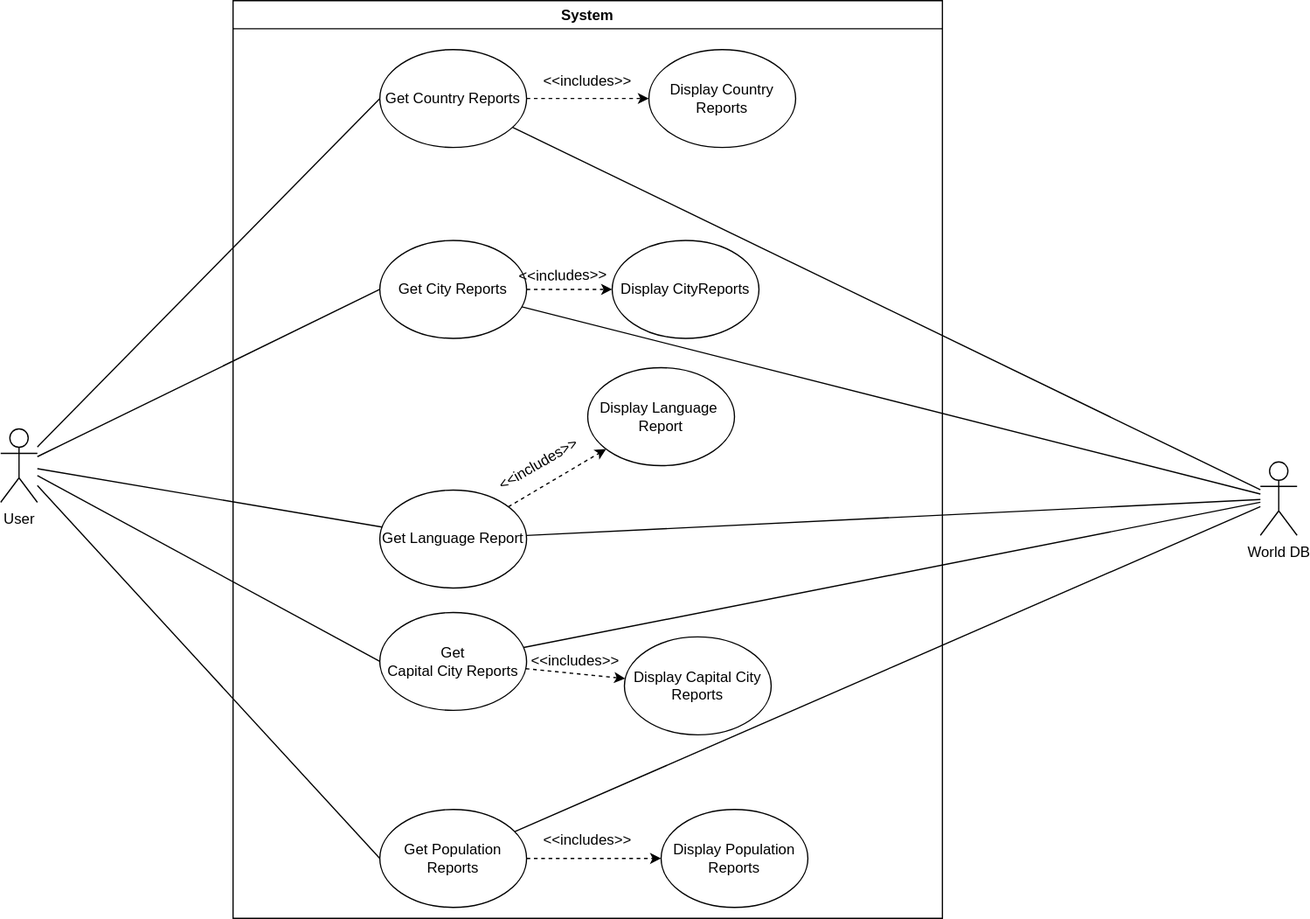
Earlier version of the draw.io export Documents/use-cases/Use Case Diagram.svg (Karl-40443517/coursework). Source tidied: cells renumbered, new cells last; positions are measured from the earlier drawing's top-left corner, leaving out a move shared by most shapes.
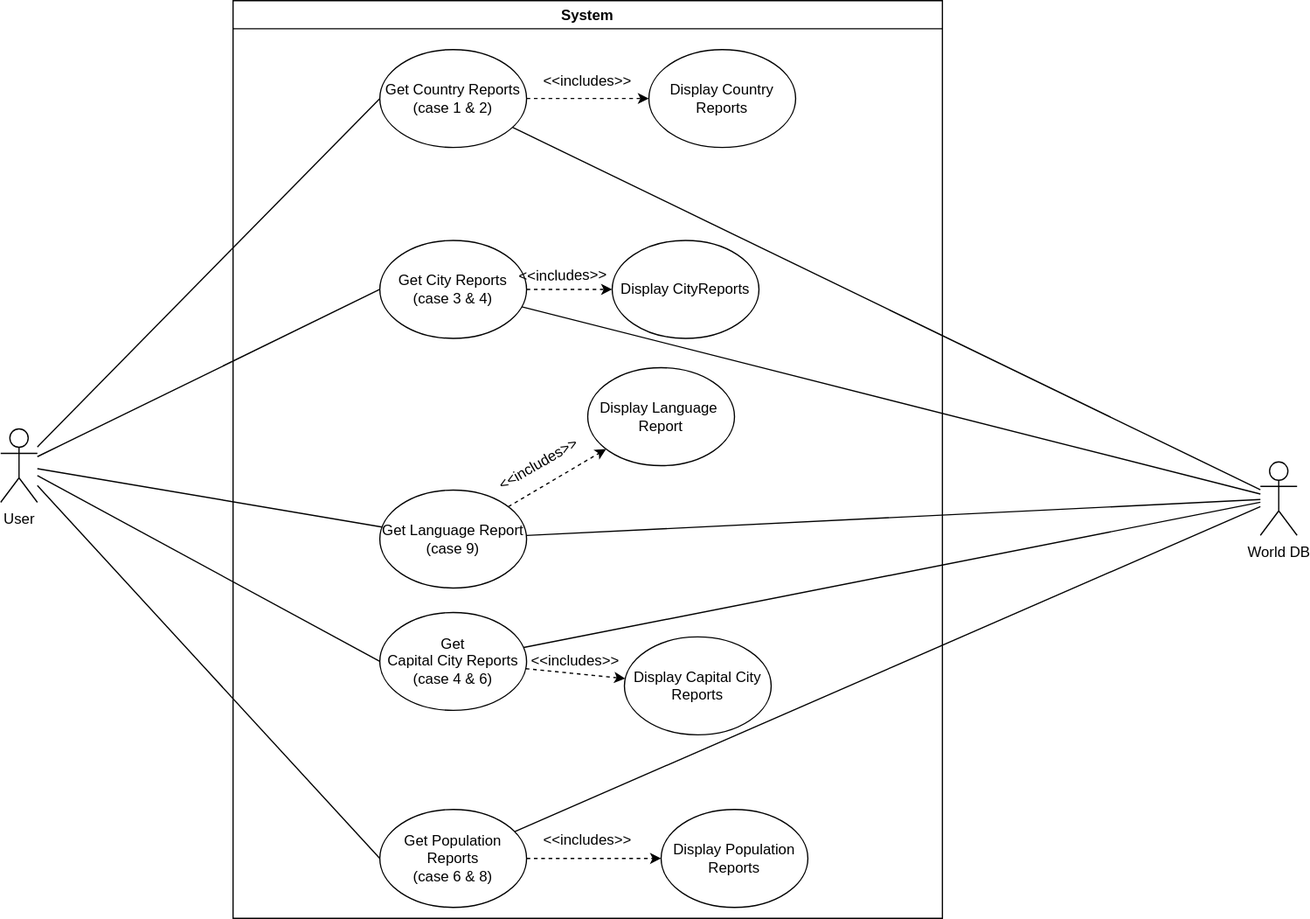
Later version of the same file.

Commit message:
Updated the use cases and diagram

The edit, as a diff of the source:
```diff
@@ -5,16 +5,16 @@
     <mxCell id="2" value="System" style="swimlane;" parent="1" vertex="1">
       <mxGeometry x="190" width="580" height="750" as="geometry" />
     </mxCell>
-    <mxCell id="3" value="Get&amp;nbsp;Country Reports" style="ellipse;whiteSpace=wrap;html=1;" parent="2" vertex="1">
+    <mxCell id="3" value="Get&amp;nbsp;Country Reports&lt;br&gt;(case 1 &amp;amp; 2)" style="ellipse;whiteSpace=wrap;html=1;" parent="2" vertex="1">
       <mxGeometry x="120" y="40" width="120" height="80" as="geometry" />
     </mxCell>
-    <mxCell id="4" value="Get&amp;nbsp;City Reports" style="ellipse;whiteSpace=wrap;html=1;" parent="2" vertex="1">
+    <mxCell id="4" value="Get&amp;nbsp;City Reports&lt;br&gt;(case 3 &amp;amp; 4)" style="ellipse;whiteSpace=wrap;html=1;" parent="2" vertex="1">
       <mxGeometry x="120" y="196" width="120" height="80" as="geometry" />
     </mxCell>
-    <mxCell id="5" value="&amp;nbsp;Get&amp;nbsp;&lt;br&gt;Capital City Reports" style="ellipse;whiteSpace=wrap;html=1;" parent="2" vertex="1">
+    <mxCell id="5" value="&amp;nbsp;Get&amp;nbsp;&lt;br&gt;Capital City Reports&lt;br&gt;(case 4 &amp;amp; 6)" style="ellipse;whiteSpace=wrap;html=1;" parent="2" vertex="1">
       <mxGeometry x="120" y="500" width="120" height="80" as="geometry" />
     </mxCell>
-    <mxCell id="6" value="Get Population Reports" style="ellipse;whiteSpace=wrap;html=1;" parent="2" vertex="1">
+    <mxCell id="6" value="Get Population Reports&lt;br&gt;(case 6 &amp;amp; 8)" style="ellipse;whiteSpace=wrap;html=1;" parent="2" vertex="1">
       <mxGeometry x="120" y="661" width="120" height="80" as="geometry" />
     </mxCell>
     <mxCell id="7" style="edgeStyle=none;rounded=0;jettySize=auto;html=1;startArrow=none;startFill=0;endArrow=classic;endFill=1;dashed=1;" parent="2" edge="1" source="3" target="9">
@@ -53,7 +53,7 @@
     <mxCell id="18" value="&amp;lt;&amp;lt;includes&amp;gt;&amp;gt;" style="text;html=1;strokeColor=none;fillColor=none;align=center;verticalAlign=middle;whiteSpace=wrap;rounded=0;rotation=-1;" parent="2" vertex="1">
       <mxGeometry x="240" y="210" width="60" height="30" as="geometry" />
     </mxCell>
-    <mxCell id="19" value="Get&amp;nbsp;Language Report" style="ellipse;whiteSpace=wrap;html=1;" parent="2" vertex="1">
+    <mxCell id="19" value="Get&amp;nbsp;Language Report&lt;br&gt;(case 9)" style="ellipse;whiteSpace=wrap;html=1;" parent="2" vertex="1">
       <mxGeometry x="120" y="400" width="120" height="80" as="geometry" />
     </mxCell>
     <mxCell id="20" value="Display Language&amp;nbsp;&lt;br&gt;Report" style="ellipse;whiteSpace=wrap;html=1;" parent="2" vertex="1">
```
